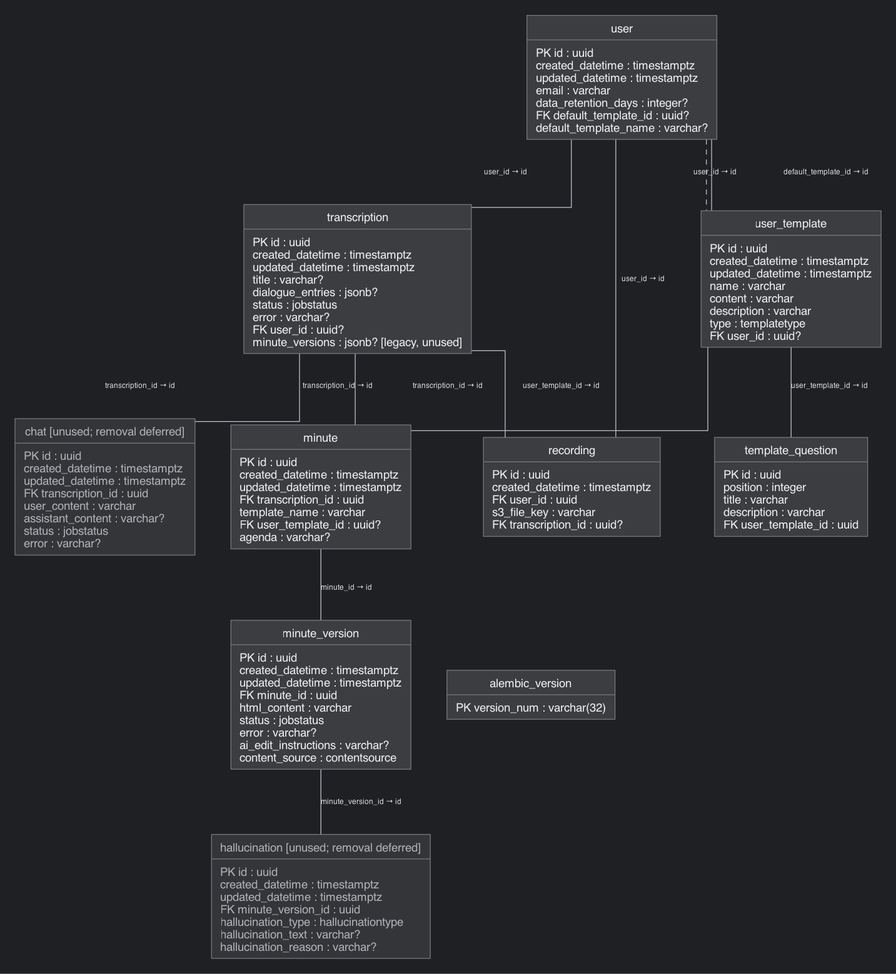
This is minute_database_schema.png from i-dot-ai/minute, a Graphviz export, as it was before one commit. Its source is kept beside it as minute_database_schema.dot.
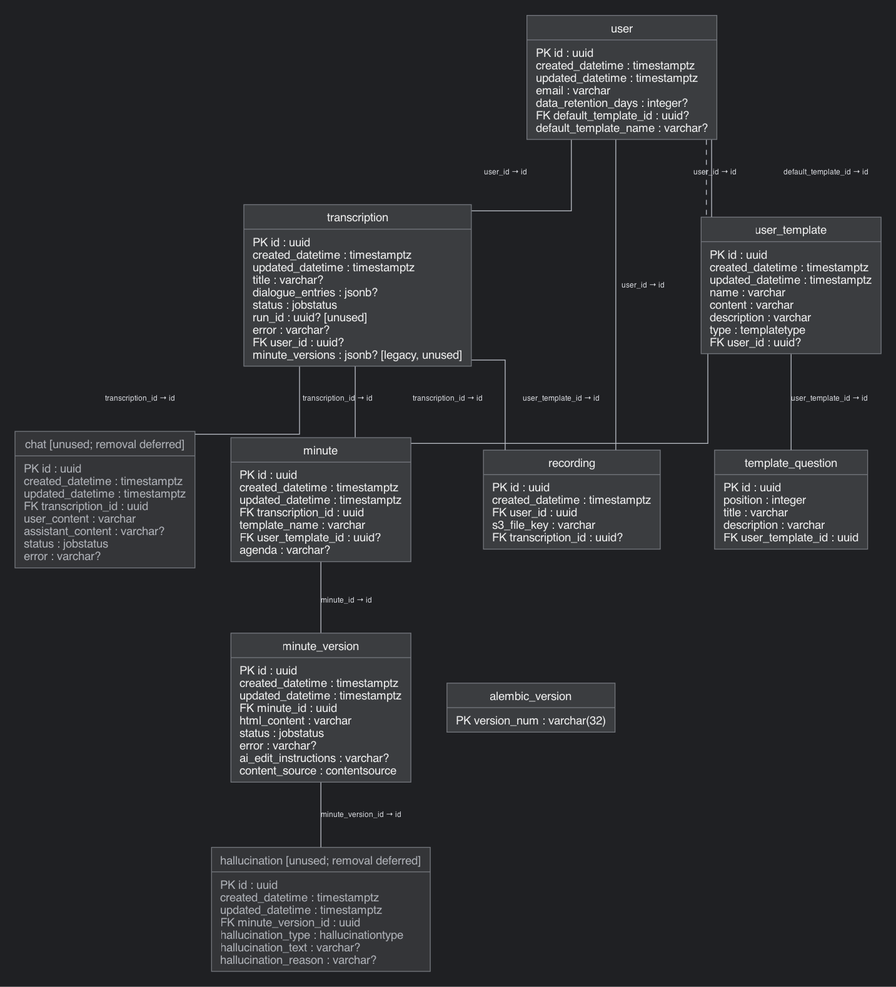
Later version of the same file.

The edit, as a diff of the source:
```diff
@@ -4,7 +4,7 @@
   edge [dir=none, color="#b8bcc4", fontcolor="#d5d7dc", fontname="Helvetica", fontsize=9]
 
   user [label="{user|PK  id : uuid\lcreated_datetime : timestamptz\lupdated_datetime : timestamptz\lemail : varchar\ldata_retention_days : integer?\lFK  default_template_id : uuid?\ldefault_template_name : varchar?\l}"]
-  transcription [label="{transcription|PK  id : uuid\lcreated_datetime : timestamptz\lupdated_datetime : timestamptz\ltitle : varchar?\ldialogue_entries : jsonb?\lstatus : jobstatus\lerror : varchar?\lFK  user_id : uuid?\lminute_versions : jsonb?  [legacy, unused]\l}"]
+  transcription [label="{transcription|PK  id : uuid\lcreated_datetime : timestamptz\lupdated_datetime : timestamptz\ltitle : varchar?\ldialogue_entries : jsonb?\lstatus : jobstatus\lrun_id : uuid?  [unused]\lerror : varchar?\lFK  user_id : uuid?\lminute_versions : jsonb?  [legacy, unused]\l}"]
   recording [label="{recording|PK  id : uuid\lcreated_datetime : timestamptz\lFK  user_id : uuid\ls3_file_key : varchar\lFK  transcription_id : uuid?\l}"]
   minute [label="{minute|PK  id : uuid\lcreated_datetime : timestamptz\lupdated_datetime : timestamptz\lFK  transcription_id : uuid\ltemplate_name : varchar\lFK  user_template_id : uuid?\lagenda : varchar?\l}"]
   minute_version [label="{minute_version|PK  id : uuid\lcreated_datetime : timestamptz\lupdated_datetime : timestamptz\lFK  minute_id : uuid\lhtml_content : varchar\lstatus : jobstatus\lerror : varchar?\lai_edit_instructions : varchar?\lcontent_source : contentsource\l}"]
```
